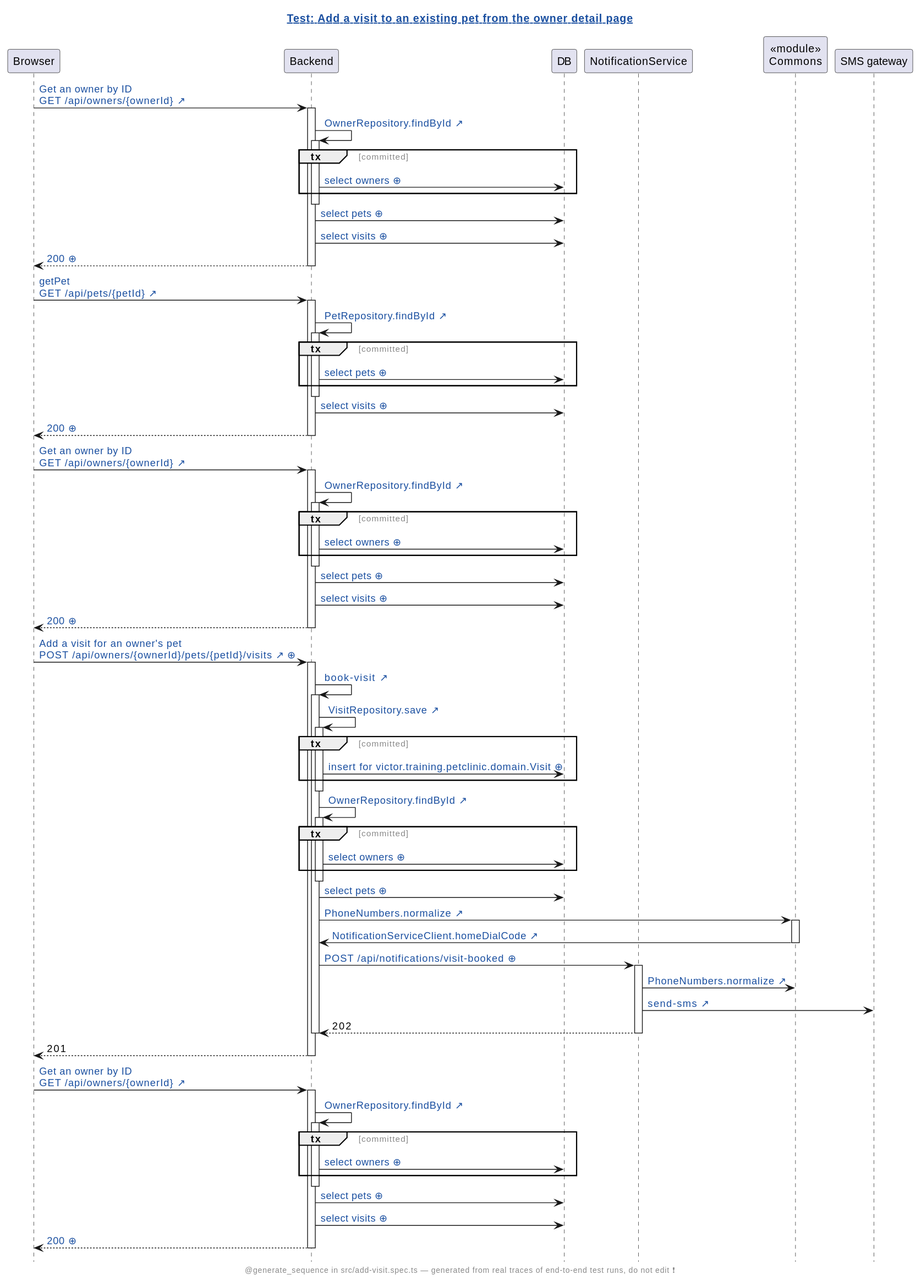
Before: demo/demo2/assets/diagrams/petclinic-test_generated_add-visit.spec.ts.add-a-visit-to-an-existing-pet-from-the-owner-detail-page.genseq.old.svg, a diagram exported from PlantUML (victorrentea/human-review). Its diagram source:
```plantuml
@startuml
hide footbox
skinparam hyperlinkUnderline false
skinparam hyperlinkColor #1A4FA0
skinparam sequenceGroupFontColor #888888
skinparam sequenceGroupFontStyle plain
title [[src://petclinic-test/src/add-visit.spec.ts:34{Click to open the test} Test: Add a visit to an existing pet from the owner detail page]]
footer @generate_sequence in src/add-visit.spec.ts — generated from real traces of end-to-end test runs, do not edit ❗
participant Browser
participant Backend
participant DB
participant NotificationService
participant "«module»\nCommons" as Commons
participant "SMS gateway"
Browser -> Backend: [[src://petclinic-frontend/src/app/owners/owner-detail/owner-detail.component.ts:22{Click to open the line that sent this request: owner-detail.component.ts:22} Get an owner by ID\nGET /api/owners/{ownerId} ↗]]
activate Backend
Backend -> Backend: [[src://petclinic-backend/src/main/java/victor/training/petclinic/repository/OwnerRepository.java:14{Click to open OwnerRepository.findById} OwnerRepository.findById ↗]]
activate Backend
group tx [committed]
Backend -> DB: [[genseq://0x8aana{Click for the statement behind this call} select owners ⊕]]
end
deactivate Backend
Backend -> DB: [[genseq://18567ho{Click for the statement behind this call} select pets ⊕]]
Backend -> DB: [[genseq://13apewa{Click for the statement behind this call} select visits ⊕]]
Backend --> Browser: [[genseq://0zavcxa{Click for this call’s JSON body} 200 ⊕]]
deactivate Backend
Browser -> Backend: [[src://petclinic-frontend/src/app/visits/visit-add/visit-add.component.ts:42{Click to open the line that sent this request: visit-add.component.ts:42} getPet\nGET /api/pets/{petId} ↗]]
activate Backend
Backend -> Backend: [[src://petclinic-backend/src/main/java/victor/training/petclinic/repository/PetRepository.java:16{Click to open PetRepository.findById} PetRepository.findById ↗]]
activate Backend
group tx [committed]
Backend -> DB: [[genseq://0y7w2ps{Click for the statement behind this call} select pets ⊕]]
end
deactivate Backend
Backend -> DB: [[genseq://13apewa{Click for the statement behind this call} select visits ⊕]]
Backend --> Browser: [[genseq://01mmlgx{Click for this call’s JSON body} 200 ⊕]]
deactivate Backend
Browser -> Backend: [[src://petclinic-frontend/src/app/visits/visit-add/visit-add.component.ts:47{Click to open the line that sent this request: visit-add.component.ts:47} Get an owner by ID\nGET /api/owners/{ownerId} ↗]]
activate Backend
Backend -> Backend: [[src://petclinic-backend/src/main/java/victor/training/petclinic/repository/OwnerRepository.java:14{Click to open OwnerRepository.findById} OwnerRepository.findById ↗]]
activate Backend
group tx [committed]
Backend -> DB: [[genseq://0x8aana{Click for the statement behind this call} select owners ⊕]]
end
deactivate Backend
Backend -> DB: [[genseq://18567ho{Click for the statement behind this call} select pets ⊕]]
Backend -> DB: [[genseq://13apewa{Click for the statement behind this call} select visits ⊕]]
Backend --> Browser: [[genseq://0zavcxa{Click for this call’s JSON body} 200 ⊕]]
deactivate Backend
Browser -> Backend: [[src://petclinic-frontend/src/app/visits/visit-add/visit-add.component.ts:63{Click to open the line that sent this request: visit-add.component.ts:63 ← visit-add.component.html:25} Add a visit for an owner's pet\nPOST /api/owners/{ownerId}/pets/{petId}/visits ↗]] [[genseq://1i3bawm{Click for this call’s JSON body} ⊕]]
activate Backend
Backend -> Backend: [[src://petclinic-backend/src/main/java/victor/training/petclinic/rest/OwnerRestController.java:183{Click to open OwnerRestController.bookVisit} book-visit ↗]]
activate Backend
Backend -> Backend: [[src://petclinic-backend/src/main/java/victor/training/petclinic/repository/VisitRepository.java:14{Click to open VisitRepository.save} VisitRepository.save ↗]]
activate Backend
group tx [committed]
Backend -> DB: [[genseq://1fmafx1{Click for the statement behind this call} insert for victor.training.petclinic.domain.Visit ⊕]]
end
deactivate Backend
Backend -> Backend: [[src://petclinic-backend/src/main/java/victor/training/petclinic/repository/OwnerRepository.java:14{Click to open OwnerRepository.findById} OwnerRepository.findById ↗]]
activate Backend
group tx [committed]
Backend -> DB: [[genseq://0x8aana{Click for the statement behind this call} select owners ⊕]]
end
deactivate Backend
Backend -> DB: [[genseq://18567ho{Click for the statement behind this call} select pets ⊕]]
Backend -> Commons: [[src://petclinic-commons/src/main/java/victor/training/commons/PhoneNumbers.java:14{Click to open PhoneNumbers.normalize} PhoneNumbers.normalize ↗]]
activate Commons
Commons -> Backend: [[src://petclinic-backend/src/main/java/victor/training/petclinic/notification/NotificationServiceClient.java:45{Click to open NotificationServiceClient.homeDialCode} NotificationServiceClient.homeDialCode ↗]]
deactivate Commons
Backend -> NotificationService: [[genseq://1p4ogm5{Click for this call’s JSON body} POST /api/notifications/visit-booked ⊕]]
activate NotificationService
NotificationService -> Commons: [[src://petclinic-commons/src/main/java/victor/training/commons/PhoneNumbers.java:8{Click to open PhoneNumbers.normalize} PhoneNumbers.normalize ↗]]
NotificationService -> "SMS gateway": [[src://notification-service/src/main/java/victor/training/notification/SmsGateway.java:23{Click to open SmsGateway.send} send-sms ↗]]
NotificationService --> Backend: 202
deactivate NotificationService
deactivate Backend
Backend --> Browser: 201
deactivate Backend
Browser -> Backend: [[src://petclinic-frontend/src/app/owners/owner-detail/owner-detail.component.ts:22{Click to open the line that sent this request: owner-detail.component.ts:22} Get an owner by ID\nGET /api/owners/{ownerId} ↗]]
activate Backend
Backend -> Backend: [[src://petclinic-backend/src/main/java/victor/training/petclinic/repository/OwnerRepository.java:14{Click to open OwnerRepository.findById} OwnerRepository.findById ↗]]
activate Backend
group tx [committed]
Backend -> DB: [[genseq://0x8aana{Click for the statement behind this call} select owners ⊕]]
end
deactivate Backend
Backend -> DB: [[genseq://18567ho{Click for the statement behind this call} select pets ⊕]]
Backend -> DB: [[genseq://13apewa{Click for the statement behind this call} select visits ⊕]]
Backend --> Browser: [[genseq://1pj6yaa{Click for this call’s JSON body} 200 ⊕]]
deactivate Backend
@enduml
```
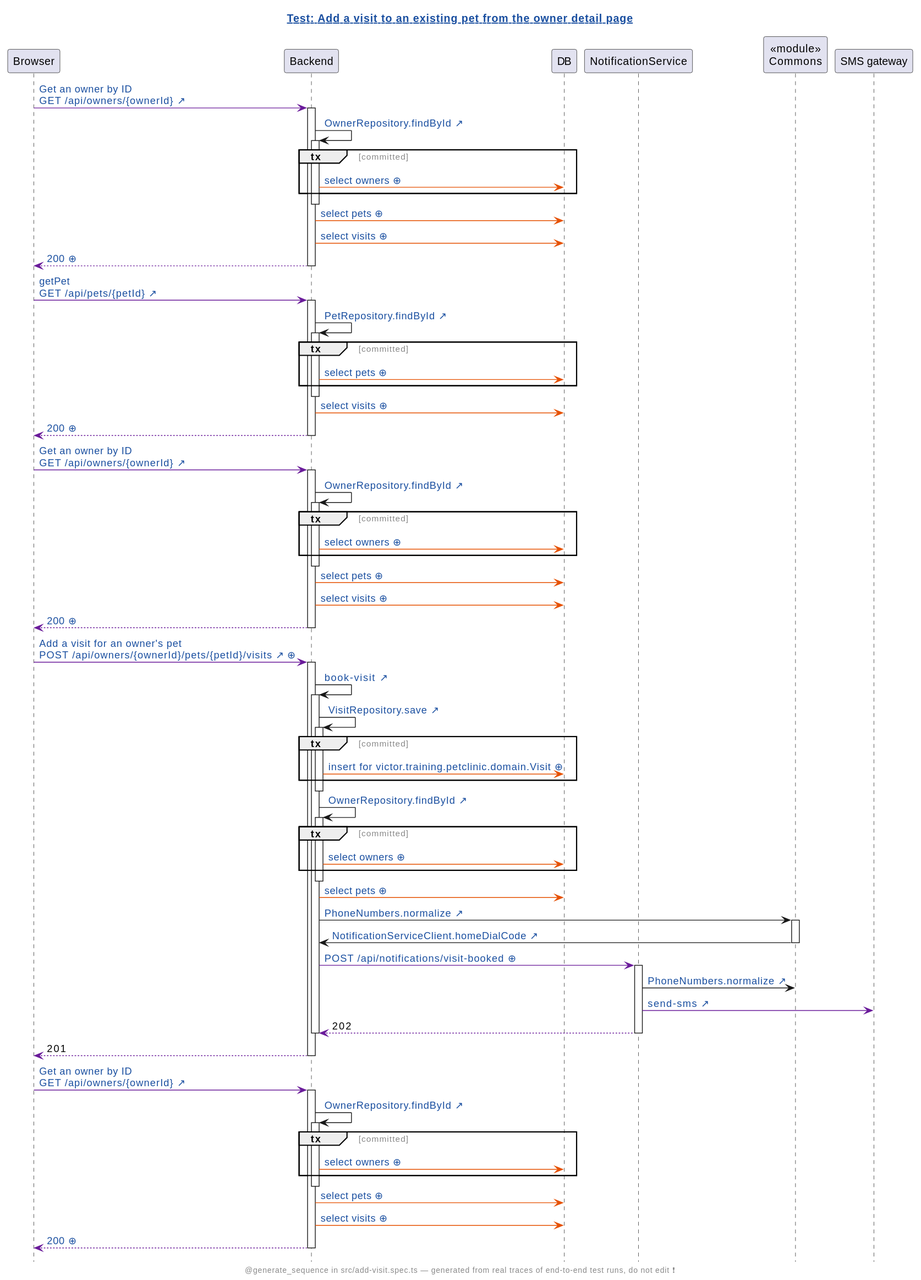
Above is the later version.

The edit, as a diff of the source:
```diff
@@ -12,81 +12,81 @@
 participant NotificationService
 participant "«module»\nCommons" as Commons
 participant "SMS gateway"
-Browser -> Backend: [[src://petclinic-frontend/src/app/owners/owner-detail/owner-detail.component.ts:22{Click to open the line that sent this request: owner-detail.component.ts:22} Get an owner by ID\nGET /api/owners/{ownerId} ↗]]
+Browser -[#6A1B9A]> Backend: [[src://petclinic-frontend/src/app/owners/owner-detail/owner-detail.component.ts:22{Click to open the line that sent this request: owner-detail.component.ts:22} Get an owner by ID\nGET /api/owners/{ownerId} ↗]]
 activate Backend
 Backend -> Backend: [[src://petclinic-backend/src/main/java/victor/training/petclinic/repository/OwnerRepository.java:14{Click to open OwnerRepository.findById} OwnerRepository.findById ↗]]
 activate Backend
 group tx [committed]
-Backend -> DB: [[genseq://0x8aana{Click for the statement behind this call} select owners ⊕]]
+Backend -[#E65100]> DB: [[genseq://0x8aana{Click for the statement behind this call} select owners ⊕]]
 end
 deactivate Backend
-Backend -> DB: [[genseq://18567ho{Click for the statement behind this call} select pets ⊕]]
-Backend -> DB: [[genseq://13apewa{Click for the statement behind this call} select visits ⊕]]
-Backend --> Browser: [[genseq://0zavcxa{Click for this call’s JSON body} 200 ⊕]]
+Backend -[#E65100]> DB: [[genseq://18567ho{Click for the statement behind this call} select pets ⊕]]
+Backend -[#E65100]> DB: [[genseq://13apewa{Click for the statement behind this call} select visits ⊕]]
+Backend -[#6A1B9A]-> Browser: [[genseq://0zavcxa{Click for this call’s JSON body} 200 ⊕]]
 deactivate Backend
-Browser -> Backend: [[src://petclinic-frontend/src/app/visits/visit-add/visit-add.component.ts:42{Click to open the line that sent this request: visit-add.component.ts:42} getPet\nGET /api/pets/{petId} ↗]]
+Browser -[#6A1B9A]> Backend: [[src://petclinic-frontend/src/app/visits/visit-add/visit-add.component.ts:42{Click to open the line that sent this request: visit-add.component.ts:42} getPet\nGET /api/pets/{petId} ↗]]
 activate Backend
 Backend -> Backend: [[src://petclinic-backend/src/main/java/victor/training/petclinic/repository/PetRepository.java:16{Click to open PetRepository.findById} PetRepository.findById ↗]]
 activate Backend
 group tx [committed]
-Backend -> DB: [[genseq://0y7w2ps{Click for the statement behind this call} select pets ⊕]]
+Backend -[#E65100]> DB: [[genseq://0y7w2ps{Click for the statement behind this call} select pets ⊕]]
 end
 deactivate Backend
-Backend -> DB: [[genseq://13apewa{Click for the statement behind this call} select visits ⊕]]
-Backend --> Browser: [[genseq://01mmlgx{Click for this call’s JSON body} 200 ⊕]]
+Backend -[#E65100]> DB: [[genseq://13apewa{Click for the statement behind this call} select visits ⊕]]
+Backend -[#6A1B9A]-> Browser: [[genseq://01mmlgx{Click for this call’s JSON body} 200 ⊕]]
 deactivate Backend
-Browser -> Backend: [[src://petclinic-frontend/src/app/visits/visit-add/visit-add.component.ts:47{Click to open the line that sent this request: visit-add.component.ts:47} Get an owner by ID\nGET /api/owners/{ownerId} ↗]]
+Browser -[#6A1B9A]> Backend: [[src://petclinic-frontend/src/app/visits/visit-add/visit-add.component.ts:47{Click to open the line that sent this request: visit-add.component.ts:47} Get an owner by ID\nGET /api/owners/{ownerId} ↗]]
 activate Backend
 Backend -> Backend: [[src://petclinic-backend/src/main/java/victor/training/petclinic/repository/OwnerRepository.java:14{Click to open OwnerRepository.findById} OwnerRepository.findById ↗]]
 activate Backend
 group tx [committed]
-Backend -> DB: [[genseq://0x8aana{Click for the statement behind this call} select owners ⊕]]
+Backend -[#E65100]> DB: [[genseq://0x8aana{Click for the statement behind this call} select owners ⊕]]
 end
 deactivate Backend
-Backend -> DB: [[genseq://18567ho{Click for the statement behind this call} select pets ⊕]]
-Backend -> DB: [[genseq://13apewa{Click for the statement behind this call} select visits ⊕]]
-Backend --> Browser: [[genseq://0zavcxa{Click for this call’s JSON body} 200 ⊕]]
+Backend -[#E65100]> DB: [[genseq://18567ho{Click for the statement behind this call} select pets ⊕]]
+Backend -[#E65100]> DB: [[genseq://13apewa{Click for the statement behind this call} select visits ⊕]]
+Backend -[#6A1B9A]-> Browser: [[genseq://0zavcxa{Click for this call’s JSON body} 200 ⊕]]
 deactivate Backend
-Browser -> Backend: [[src://petclinic-frontend/src/app/visits/visit-add/visit-add.component.ts:63{Click to open the line that sent this request: visit-add.component.ts:63 ← visit-add.component.html:25} Add a visit for an owner's pet\nPOST /api/owners/{ownerId}/pets/{petId}/visits ↗]] [[genseq://1i3bawm{Click for this call’s JSON body} ⊕]]
+Browser -[#6A1B9A]> Backend: [[src://petclinic-frontend/src/app/visits/visit-add/visit-add.component.ts:63{Click to open the line that sent this request: visit-add.component.ts:63 ← visit-add.component.html:25} Add a visit for an owner's pet\nPOST /api/owners/{ownerId}/pets/{petId}/visits ↗]] [[genseq://1i3bawm{Click for this call’s JSON body} ⊕]]
 activate Backend
 Backend -> Backend: [[src://petclinic-backend/src/main/java/victor/training/petclinic/rest/OwnerRestController.java:183{Click to open OwnerRestController.bookVisit} book-visit ↗]]
 activate Backend
 Backend -> Backend: [[src://petclinic-backend/src/main/java/victor/training/petclinic/repository/VisitRepository.java:14{Click to open VisitRepository.save} VisitRepository.save ↗]]
 activate Backend
 group tx [committed]
-Backend -> DB: [[genseq://1fmafx1{Click for the statement behind this call} insert for victor.training.petclinic.domain.Visit ⊕]]
+Backend -[#E65100]> DB: [[genseq://1fmafx1{Click for the statement behind this call} insert for victor.training.petclinic.domain.Visit ⊕]]
 end
 deactivate Backend
 Backend -> Backend: [[src://petclinic-backend/src/main/java/victor/training/petclinic/repository/OwnerRepository.java:14{Click to open OwnerRepository.findById} OwnerRepository.findById ↗]]
 activate Backend
 group tx [committed]
-Backend -> DB: [[genseq://0x8aana{Click for the statement behind this call} select owners ⊕]]
+Backend -[#E65100]> DB: [[genseq://0x8aana{Click for the statement behind this call} select owners ⊕]]
 end
 deactivate Backend
-Backend -> DB: [[genseq://18567ho{Click for the statement behind this call} select pets ⊕]]
+Backend -[#E65100]> DB: [[genseq://18567ho{Click for the statement behind this call} select pets ⊕]]
 Backend -> Commons: [[src://petclinic-commons/src/main/java/victor/training/commons/PhoneNumbers.java:14{Click to open PhoneNumbers.normalize} PhoneNumbers.normalize ↗]]
 activate Commons
 Commons -> Backend: [[src://petclinic-backend/src/main/java/victor/training/petclinic/notification/NotificationServiceClient.java:45{Click to open NotificationServiceClient.homeDialCode} NotificationServiceClient.homeDialCode ↗]]
 deactivate Commons
-Backend -> NotificationService: [[genseq://1p4ogm5{Click for this call’s JSON body} POST /api/notifications/visit-booked ⊕]]
+Backend -[#6A1B9A]> NotificationService: [[genseq://1p4ogm5{Click for this call’s JSON body} POST /api/notifications/visit-booked ⊕]]
 activate NotificationService
 NotificationService -> Commons: [[src://petclinic-commons/src/main/java/victor/training/commons/PhoneNumbers.java:8{Click to open PhoneNumbers.normalize} PhoneNumbers.normalize ↗]]
-NotificationService -> "SMS gateway": [[src://notification-service/src/main/java/victor/training/notification/SmsGateway.java:23{Click to open SmsGateway.send} send-sms ↗]]
-NotificationService --> Backend: 202
+NotificationService -[#6A1B9A]> "SMS gateway": [[src://notification-service/src/main/java/victor/training/notification/SmsGateway.java:23{Click to open SmsGateway.send} send-sms ↗]]
+NotificationService -[#6A1B9A]-> Backend: 202
 deactivate NotificationService
 deactivate Backend
-Backend --> Browser: 201
+Backend -[#6A1B9A]-> Browser: 201
 deactivate Backend
-Browser -> Backend: [[src://petclinic-frontend/src/app/owners/owner-detail/owner-detail.component.ts:22{Click to open the line that sent this request: owner-detail.component.ts:22} Get an owner by ID\nGET /api/owners/{ownerId} ↗]]
+Browser -[#6A1B9A]> Backend: [[src://petclinic-frontend/src/app/owners/owner-detail/owner-detail.component.ts:22{Click to open the line that sent this request: owner-detail.component.ts:22} Get an owner by ID\nGET /api/owners/{ownerId} ↗]]
 activate Backend
 Backend -> Backend: [[src://petclinic-backend/src/main/java/victor/training/petclinic/repository/OwnerRepository.java:14{Click to open OwnerRepository.findById} OwnerRepository.findById ↗]]
 activate Backend
 group tx [committed]
-Backend -> DB: [[genseq://0x8aana{Click for the statement behind this call} select owners ⊕]]
+Backend -[#E65100]> DB: [[genseq://0x8aana{Click for the statement behind this call} select owners ⊕]]
 end
 deactivate Backend
-Backend -> DB: [[genseq://18567ho{Click for the statement behind this call} select pets ⊕]]
-Backend -> DB: [[genseq://13apewa{Click for the statement behind this call} select visits ⊕]]
-Backend --> Browser: [[genseq://1pj6yaa{Click for this call’s JSON body} 200 ⊕]]
+Backend -[#E65100]> DB: [[genseq://18567ho{Click for the statement behind this call} select pets ⊕]]
+Backend -[#E65100]> DB: [[genseq://13apewa{Click for the statement behind this call} select visits ⊕]]
+Backend -[#6A1B9A]-> Browser: [[genseq://1pj6yaa{Click for this call’s JSON body} 200 ⊕]]
 deactivate Backend
 @enduml
```
